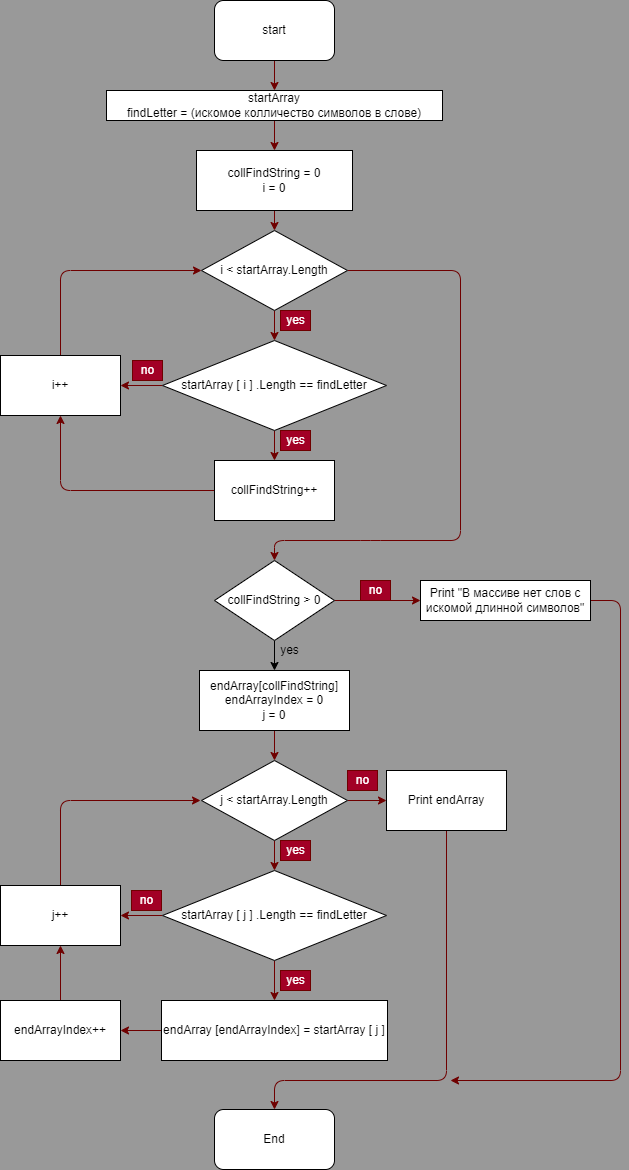
Earlier version of the draw.io export scheme.drawio.png (VladislavKaygorodov/ControlWorkOne). Source tidied: cells renumbered, new cells last; positions are measured from the earlier drawing's top-left corner, leaving out a move shared by most shapes.
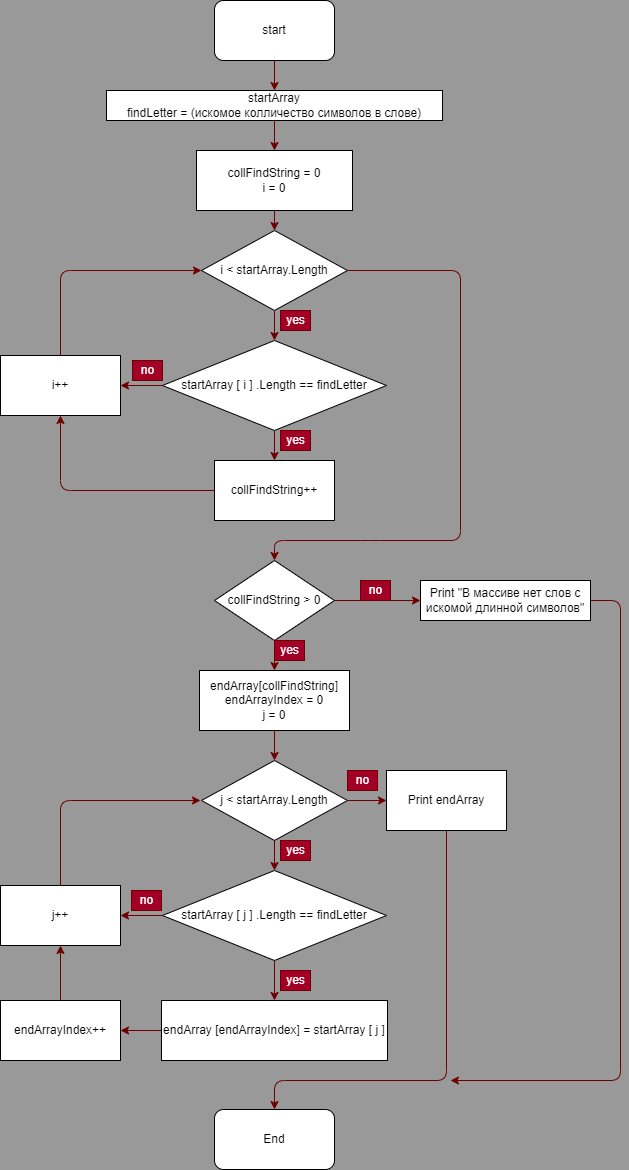
Later version of the same file.

Change to the diagram source:
```diff
@@ -74,7 +74,7 @@
     <mxCell id="20" value="no" style="text;html=1;align=center;verticalAlign=middle;strokeColor=#6F0000;fillColor=#a20025;fontColor=#ffffff;" parent="1" vertex="1">
       <mxGeometry x="132" y="360" width="30" height="20" as="geometry" />
     </mxCell>
-    <mxCell id="21" style="edgeStyle=none;html=1;" parent="1" edge="1" source="23" target="25">
+    <mxCell id="21" style="edgeStyle=none;html=1;fillColor=#a20025;strokeColor=#6F0000;" parent="1" edge="1" source="23" target="25">
       <mxGeometry relative="1" as="geometry" />
     </mxCell>
     <mxCell id="22" style="edgeStyle=none;html=1;fillColor=#a20025;strokeColor=#6F0000;" parent="1" edge="1" source="23" target="46">
@@ -89,7 +89,7 @@
     <mxCell id="25" value="endArray[collFindString]&lt;br&gt;endArrayIndex = 0&lt;br&gt;j = 0" style="rounded=0;whiteSpace=wrap;html=1;" parent="1" vertex="1">
       <mxGeometry x="199" y="670" width="150" height="60" as="geometry" />
     </mxCell>
-    <mxCell id="26" value="yes" style="text;html=1;align=center;verticalAlign=middle;strokeColor=none;fillColor=none;" parent="1" vertex="1">
+    <mxCell id="26" value="yes" style="text;html=1;align=center;verticalAlign=middle;strokeColor=#6F0000;fillColor=#a20025;fontColor=#ffffff;" parent="1" vertex="1">
       <mxGeometry x="274" y="640" width="30" height="20" as="geometry" />
     </mxCell>
     <mxCell id="27" style="edgeStyle=none;html=1;fillColor=#a20025;strokeColor=#6F0000;" parent="1" edge="1" source="29" target="35">
```
